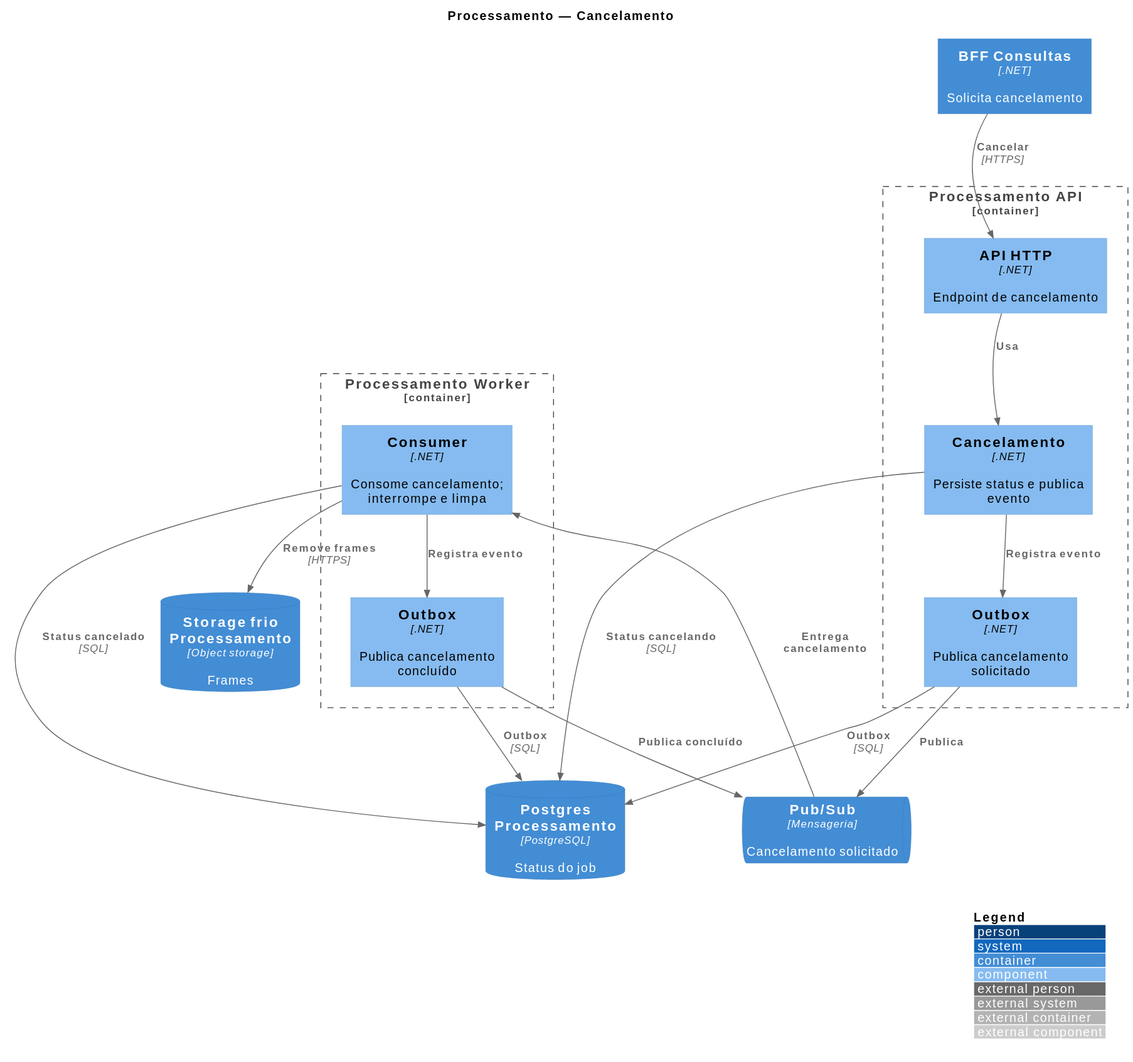
Above: arquitetura/08_componentes-processamento-cancelamento.svg in fiap-x-vcosta/docs (PlantUML), before the change.
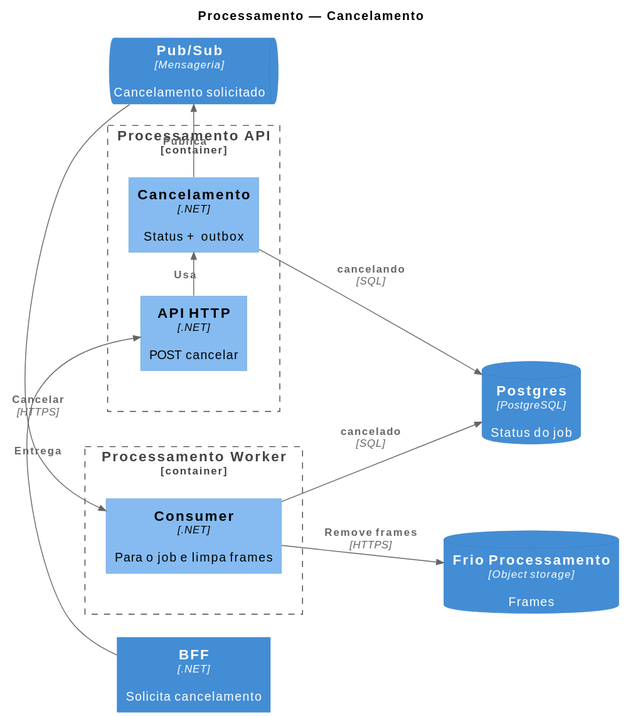
The same diagram one commit later.

Commit message:
docs: organizar diagrama C4 de cancelamento

Fluxo linear BFF → API → Pub/Sub → Worker; menos setas e outboxes.

The edit, as a diff of the source:
```diff
@@ -1,45 +1,38 @@
 @startuml
 !include https://raw.githubusercontent.com/plantuml-stdlib/C4-PlantUML/master/C4_Component.puml
 
-LAYOUT_WITH_LEGEND()
-LAYOUT_TOP_DOWN()
+LAYOUT_LEFT_RIGHT()
+HIDE_STEREOTYPE()
 
 title Processamento — Cancelamento
 
-Container(bff, "BFF Consultas", ".NET", "Solicita cancelamento")
-ContainerQueue(pubsub, "Pub/Sub", "Mensageria", "Cancelamento solicitado")
-ContainerDb(pgProc, "Postgres Processamento", "PostgreSQL", "Status do job")
-ContainerDb(frioProc, "Storage frio Processamento", "Object storage", "Frames")
+Container(bff, "BFF", ".NET", "Solicita cancelamento")
 
 Container_Boundary(procApi, "Processamento API") {
-  Component(apiHttp, "API HTTP", ".NET", "Endpoint de cancelamento")
-  Component(cancel, "Cancelamento", ".NET", "Persiste status e publica evento")
-  Component(outboxA, "Outbox", ".NET", "Publica cancelamento solicitado")
+  Component(apiHttp, "API HTTP", ".NET", "POST cancelar")
+  Component(cancel, "Cancelamento", ".NET", "Status + outbox")
 }
 
+ContainerQueue(pubsub, "Pub/Sub", "Mensageria", "Cancelamento solicitado")
+
 Container_Boundary(procWorker, "Processamento Worker") {
-  Component(consumer, "Consumer", ".NET", "Consome cancelamento; interrompe e limpa")
-  Component(outboxW, "Outbox", ".NET", "Publica cancelamento concluído")
+  Component(consumer, "Consumer", ".NET", "Para o job e limpa frames")
 }
 
-Rel(bff, apiHttp, "Cancelar", "HTTPS")
-Rel(apiHttp, cancel, "Usa")
-Rel(cancel, pgProc, "Status cancelando", "SQL")
-Rel(cancel, outboxA, "Registra evento")
-Rel(outboxA, pgProc, "Outbox", "SQL")
-Rel(outboxA, pubsub, "Publica")
-Rel(pubsub, consumer, "Entrega cancelamento")
-Rel(consumer, pgProc, "Status cancelado", "SQL")
-Rel(consumer, frioProc, "Remove frames", "HTTPS")
-Rel(consumer, outboxW, "Registra evento")
-Rel(outboxW, pgProc, "Outbox", "SQL")
-Rel(outboxW, pubsub, "Publica concluído")
+ContainerDb(pgProc, "Postgres", "PostgreSQL", "Status do job")
+ContainerDb(frioProc, "Frio Processamento", "Object storage", "Frames")
 
-Lay_D(bff, apiHttp)
-Lay_D(apiHttp, cancel)
-Lay_R(cancel, outboxA)
-Lay_D(outboxA, pubsub)
-Lay_R(procApi, procWorker)
-Lay_D(consumer, frioProc)
-Lay_R(consumer, outboxW)
+Rel_R(bff, apiHttp, "Cancelar", "HTTPS")
+Rel_R(apiHttp, cancel, "Usa")
+Rel_R(cancel, pubsub, "Publica")
+Rel_R(pubsub, consumer, "Entrega")
+Rel_D(cancel, pgProc, "cancelando", "SQL")
+Rel_D(consumer, pgProc, "cancelado", "SQL")
+Rel_D(consumer, frioProc, "Remove frames", "HTTPS")
+
+Lay_R(bff, procApi)
+Lay_R(procApi, pubsub)
+Lay_R(pubsub, procWorker)
+Lay_D(procApi, pgProc)
+Lay_D(procWorker, frioProc)
 @enduml
```
